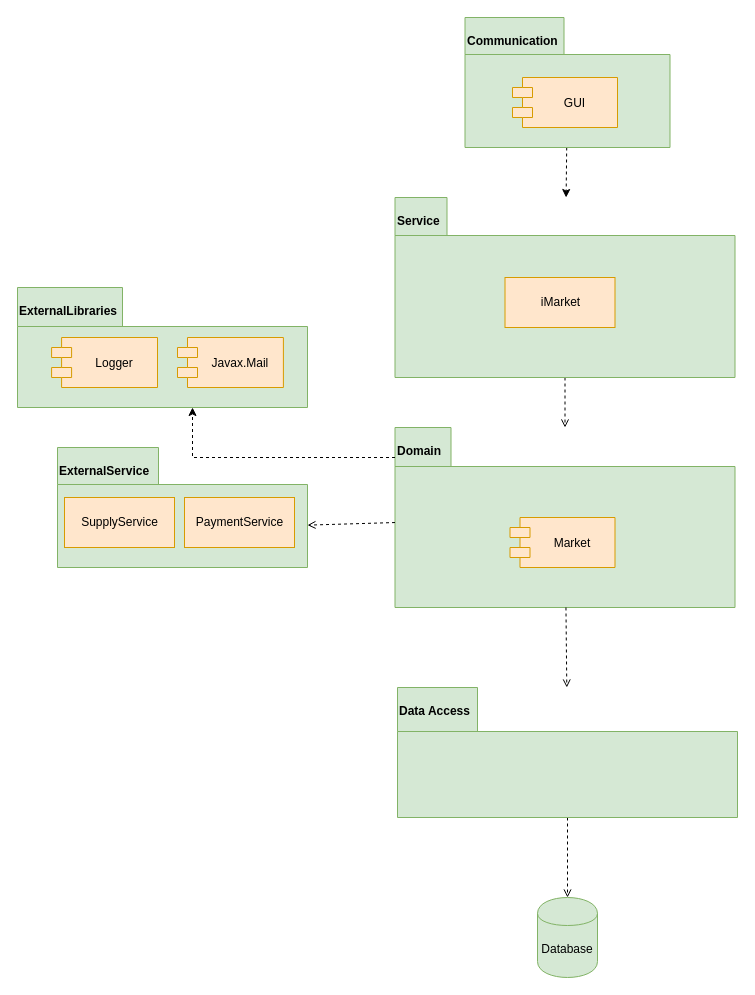
Earlier version of the draw.io diagram Files/version 1 - files/Architcture Diagram.drawio (Sadna-Market/Market). Source tidied: cells renumbered, new cells numbered last; positions are measured from the earlier drawing's top-left corner, leaving out a move shared by most shapes. Both pictures are drawn from the tidied source at 100%, with x=0, y=0 at pixel (17, 17).
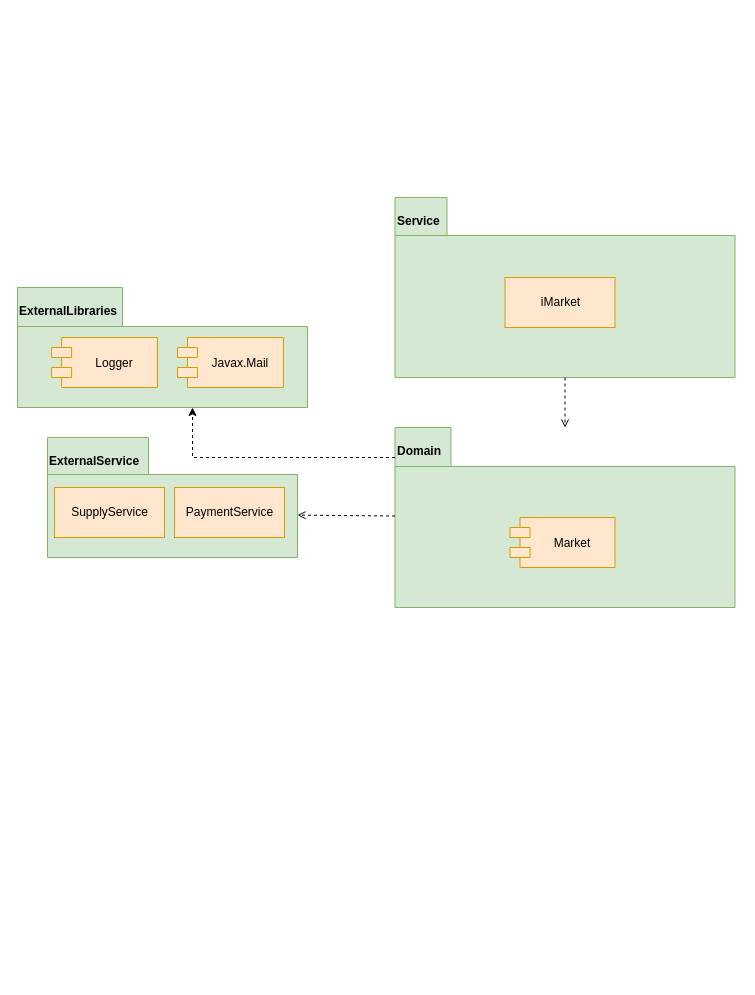
The same page after the edit.

Commit message (it also covers changes not shown here):
fixed arichture diagram

The change refers to these unchanged cells:
```xml
<mxCell id="2" value="Domain" style="shape=folder;fontStyle=1;spacingTop=10;tabWidth=56;tabHeight=39;tabPosition=left;html=1;align=left;verticalAlign=top;fillColor=#d5e8d4;strokeColor=#82b366;shadow=0;" parent="1" vertex="1">
  <mxGeometry x="377.5" y="410" width="340" height="180" as="geometry" />
</mxCell>
<mxCell id="4" value="Service" style="shape=folder;fontStyle=1;spacingTop=10;tabWidth=52;tabHeight=38;tabPosition=left;html=1;align=left;verticalAlign=top;fillColor=#d5e8d4;strokeColor=#82b366;" parent="1" vertex="1">
  <mxGeometry x="377.5" y="180" width="340" height="180" as="geometry" />
</mxCell>
```

The edit, as a diff of the source:
```diff
@@
-    <mxCell id="5" style="rounded=0;jettySize=auto;html=1;dashed=1;endArrow=open;endFill=0;" parent="1" edge="1" source="2" target="8">
-      <mxGeometry relative="1" as="geometry" />
-    </mxCell>
@@
-    <mxCell id="7" style="edgeStyle=orthogonalEdgeStyle;rounded=0;jettySize=auto;html=1;entryX=0.5;entryY=0;entryDx=0;entryDy=0;dashed=1;endArrow=open;endFill=0;" parent="1" edge="1" source="8" target="9">
-      <mxGeometry relative="1" as="geometry" />
-    </mxCell>
-    <mxCell id="8" value="Data Access" style="shape=folder;fontStyle=1;spacingTop=10;tabWidth=80;tabHeight=44;tabPosition=left;html=1;align=left;verticalAlign=top;fillColor=#d5e8d4;strokeColor=#82b366;" parent="1" vertex="1">
-      <mxGeometry x="380" y="670" width="340" height="130" as="geometry" />
-    </mxCell>
-    <mxCell id="9" value="Database" style="shape=cylinder;whiteSpace=wrap;html=1;boundedLbl=1;backgroundOutline=1;fillColor=#d5e8d4;strokeColor=#82b366;" parent="1" vertex="1">
-      <mxGeometry x="520" y="880" width="60" height="80" as="geometry" />
-    </mxCell>
@@
     <mxCell id="11" style="group;" parent="1" vertex="1">
-      <mxGeometry x="40" y="430" width="250" height="120" as="geometry" />
+      <mxGeometry x="30" y="420" width="250" height="120" as="geometry" />
     </mxCell>
@@
-    <mxCell id="16" style="edgeStyle=none;rounded=0;jettySize=auto;html=1;dashed=1;" parent="1" edge="1" source="17" target="4">
-      <mxGeometry relative="1" as="geometry" />
-    </mxCell>
-    <mxCell id="17" value="Communication" style="shape=folder;fontStyle=1;spacingTop=10;tabWidth=99;tabHeight=37;tabPosition=left;html=1;align=left;verticalAlign=top;fillColor=#d5e8d4;strokeColor=#82b366;" parent="1" vertex="1">
-      <mxGeometry x="447.5" width="205" height="130" as="geometry" />
-    </mxCell>
-    <mxCell id="18" value="GUI" style="shape=module;align=left;spacingLeft=20;align=center;verticalAlign=middle;fillColor=#ffe6cc;strokeColor=#d79b00;" parent="1" vertex="1">
-      <mxGeometry x="495" y="60" width="105" height="50" as="geometry" />
-    </mxCell>
```
